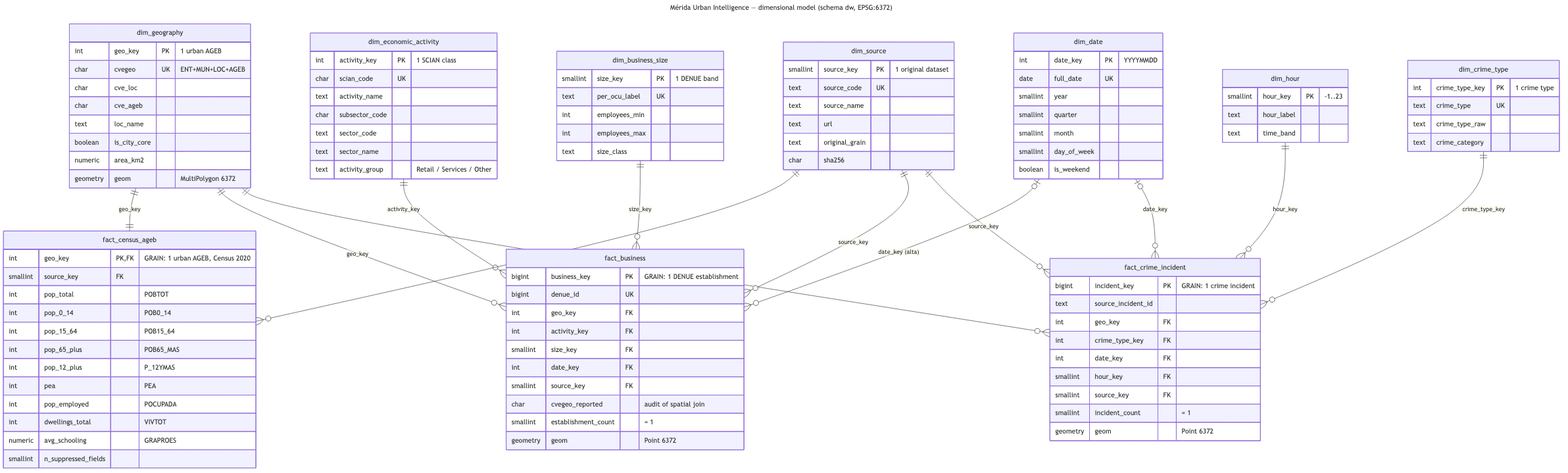
joseeangel0/merida-urban-intelligence keeps this Mermaid diagram as docs/warehouse_model.png. Above is the earlier version. Its source is kept beside it as docs/warehouse_model.mmd. Source of this version:
```mermaid
---
title: Mérida Urban Intelligence — dimensional model (schema dw, EPSG:6372)
---
erDiagram
    dim_geography ||--|| fact_census_ageb : "geo_key"
    dim_geography ||--o{ fact_business : "geo_key"
    dim_geography ||--o{ fact_crime_incident : "geo_key"
    dim_economic_activity ||--o{ fact_business : "activity_key"
    dim_business_size ||--o{ fact_business : "size_key"
    dim_date |o--o{ fact_business : "date_key (alta)"
    dim_date |o--o{ fact_crime_incident : "date_key"
    dim_hour ||--o{ fact_crime_incident : "hour_key"
    dim_crime_type ||--o{ fact_crime_incident : "crime_type_key"
    dim_source ||--o{ fact_census_ageb : "source_key"
    dim_source ||--o{ fact_business : "source_key"
    dim_source ||--o{ fact_crime_incident : "source_key"

    fact_census_ageb {
        int geo_key PK,FK "GRAIN: 1 urban AGEB, Census 2020"
        smallint source_key FK
        int pop_total "POBTOT"
        int pop_0_14 "POB0_14"
        int pop_15_64 "POB15_64"
        int pop_65_plus "POB65_MAS"
        int pop_12_plus "P_12YMAS"
        int pea "PEA"
        int pop_employed "POCUPADA"
        int dwellings_total "VIVTOT"
        numeric avg_schooling "GRAPROES"
        smallint n_suppressed_fields
    }
    fact_business {
        bigint business_key PK "GRAIN: 1 DENUE establishment"
        bigint denue_id UK
        int geo_key FK
        int activity_key FK
        smallint size_key FK
        int date_key FK
        smallint source_key FK
        char cvegeo_reported "audit of spatial join"
        smallint establishment_count "= 1"
        geometry geom "Point 6372"
    }
    fact_crime_incident {
        bigint incident_key PK "GRAIN: 1 crime incident"
        text source_incident_id
        int geo_key FK
        int crime_type_key FK
        int date_key FK
        smallint hour_key FK
        smallint source_key FK
        smallint incident_count "= 1"
        geometry geom "Point 6372"
    }
    dim_geography {
        int geo_key PK "1 urban AGEB"
        char cvegeo UK "ENT+MUN+LOC+AGEB"
        char cve_loc
        char cve_ageb
        text loc_name
        boolean is_city_core
        numeric area_km2
        geometry geom "MultiPolygon 6372"
    }
    dim_economic_activity {
        int activity_key PK "1 SCIAN class"
        char scian_code UK
        text activity_name
        char subsector_code
        text sector_code
        text sector_name
        text activity_group "Retail / Services / Other"
    }
    dim_business_size {
        smallint size_key PK "1 DENUE band"
        text per_ocu_label UK
        int employees_min
        int employees_max
        text size_class
    }
    dim_crime_type {
        int crime_type_key PK "1 crime type"
        text crime_type UK
        text crime_type_raw
        text crime_category
    }
    dim_date {
        int date_key PK "YYYYMMDD"
        date full_date UK
        smallint year
        smallint quarter
        smallint month
        smallint day_of_week
        boolean is_weekend
    }
    dim_hour {
        smallint hour_key PK "-1..23"
        text hour_label
        text time_band
    }
    dim_source {
        smallint source_key PK "1 original dataset"
        text source_code UK
        text source_name
        text url
        text original_grain
        char sha256
    }
```
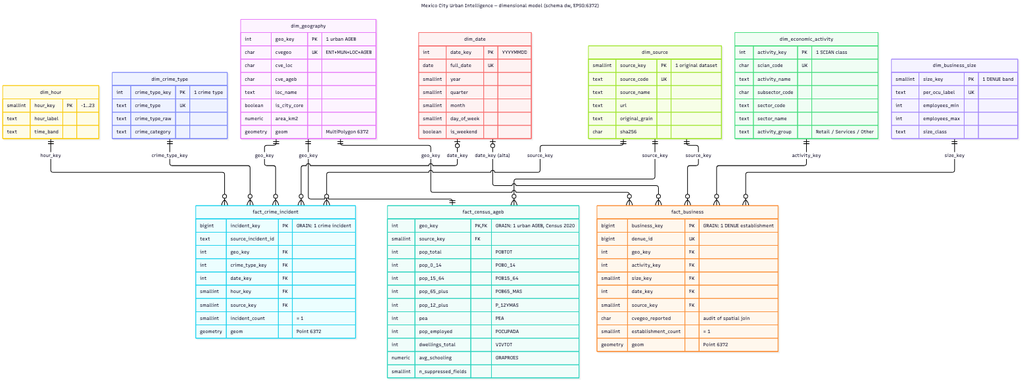
The same file after the commit.

Commit message:
docs(dw): update README, diagrams and report section for CDMX

What changed in the source:
```diff
@@ -1,5 +1,5 @@
 ---
-title: Mérida Urban Intelligence — dimensional model (schema dw, EPSG:6372)
+title: Mexico City Urban Intelligence — dimensional model (schema dw, EPSG:6372)
 ---
 erDiagram
     dim_geography ||--|| fact_census_ageb : "geo_key"
```
